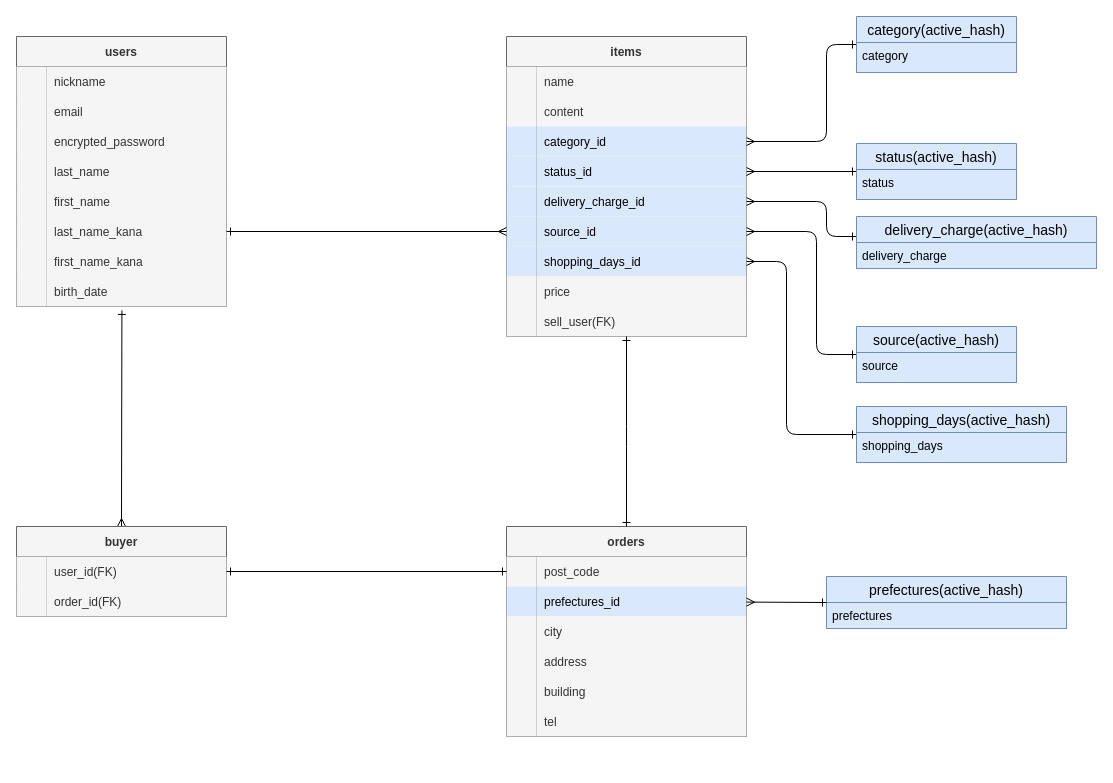
kawasaki1207/furima-37425 keeps this draw.io diagram as er.dio. Above is the earlier version. Source tidied: cells renumbered, new cells numbered last; positions are measured from the earlier drawing's top-left corner, leaving out a move shared by most shapes. Both pictures are drawn from the tidied source at 100%, with x=0, y=0 at pixel (16, 16).
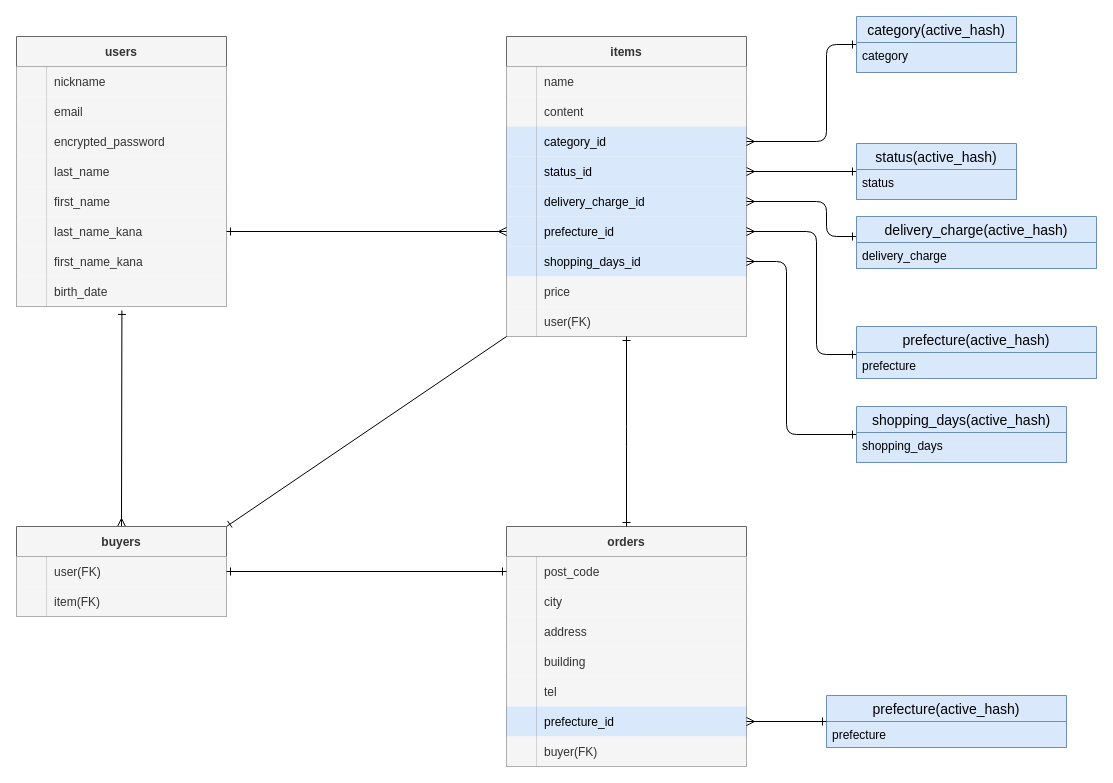
Above is the later version.

The change refers to these unchanged cells:
```xml
<mxCell id="27" value="items" style="shape=table;startSize=30;childLayout=tableLayout;rowLines=0;fontStyle=1;align=center;fillColor=#f5f5f5;fontColor=#333333;strokeColor=#666666;" parent="1" vertex="1">
  <mxGeometry x="490" y="20" width="240" height="300" as="geometry" />
</mxCell>
<mxCell id="43" style="shape=partialRectangle;fillColor=none;top=0;left=0;bottom=0;right=0;points=[[0,0.5],[1,0.5]];portConstraint=eastwest;" parent="27" vertex="1">
  <mxGeometry y="180" width="240" height="30" as="geometry" />
</mxCell>
<mxCell id="52" style="shape=partialRectangle;fillColor=none;top=0;left=0;bottom=0;right=0;" parent="27" vertex="1">
  <mxGeometry y="270" width="240" height="30" as="geometry" />
</mxCell>
<mxCell id="96" style="shape=partialRectangle;fillColor=none;top=0;left=0;bottom=0;right=0;points=[[0,0.5],[1,0.5]];portConstraint=eastwest;" parent="95" vertex="1">
  <mxGeometry y="30" width="210" height="30" as="geometry" />
</mxCell>
<mxCell id="99" style="shape=partialRectangle;fillColor=none;top=0;left=0;bottom=0;right=0;" parent="95" vertex="1">
  <mxGeometry y="60" width="210" height="30" as="geometry" />
</mxCell>
```

Diff of the diagram source:
```diff
@@
-    <mxCell id="45" value="source_id" style="shape=partialRectangle;fillColor=#dae8fc;top=0;left=0;bottom=0;right=0;align=left;spacingLeft=6;overflow=hidden;strokeColor=#6c8ebf;fontColor=#000000;" parent="43" vertex="1">
+    <mxCell id="45" value="prefecture_id" style="shape=partialRectangle;fillColor=#dae8fc;top=0;left=0;bottom=0;right=0;align=left;spacingLeft=6;overflow=hidden;strokeColor=#6c8ebf;fontColor=#000000;" parent="43" vertex="1">
       <mxGeometry x="30" width="210" height="30" as="geometry" />
     </mxCell>
@@
-    <mxCell id="54" value="sell_user(FK)" style="shape=partialRectangle;fillColor=#f5f5f5;top=0;left=0;bottom=0;right=0;align=left;spacingLeft=6;overflow=hidden;strokeColor=#666666;fontColor=#333333;" parent="52" vertex="1">
+    <mxCell id="54" value="user(FK)" style="shape=partialRectangle;fillColor=#f5f5f5;top=0;left=0;bottom=0;right=0;align=left;spacingLeft=6;overflow=hidden;strokeColor=#666666;fontColor=#333333;" parent="52" vertex="1">
       <mxGeometry x="30" width="210" height="30" as="geometry" />
     </mxCell>
     <mxCell id="55" value="orders" style="shape=table;startSize=30;childLayout=tableLayout;rowLines=0;fontStyle=1;align=center;fillColor=#f5f5f5;fontColor=#333333;strokeColor=#666666;" parent="1" vertex="1">
-      <mxGeometry x="490" y="510" width="240" height="210" as="geometry" />
+      <mxGeometry x="490" y="510" width="240" height="240" as="geometry" />
     </mxCell>
@@
-    <mxCell id="59" style="shape=partialRectangle;fillColor=none;top=0;left=0;bottom=0;right=0;points=[[0,0.5],[1,0.5]];portConstraint=eastwest;" parent="55" vertex="1">
-      <mxGeometry y="60" width="240" height="30" as="geometry" />
-    </mxCell>
-    <mxCell id="60" style="shape=partialRectangle;fillColor=#dae8fc;top=0;left=0;bottom=0;right=0;overflow=hidden;strokeColor=#6c8ebf;fontColor=#000000;" parent="59" vertex="1">
-      <mxGeometry width="30" height="30" as="geometry" />
-    </mxCell>
-    <mxCell id="61" value="prefectures_id" style="shape=partialRectangle;fillColor=#dae8fc;top=0;left=0;bottom=0;right=0;align=left;spacingLeft=6;overflow=hidden;strokeColor=#6c8ebf;fontColor=#000000;" parent="59" vertex="1">
-      <mxGeometry x="30" width="210" height="30" as="geometry" />
-    </mxCell>
     <mxCell id="62" style="shape=partialRectangle;fillColor=none;top=0;left=0;bottom=0;right=0;" parent="55" vertex="1">
-      <mxGeometry y="90" width="240" height="30" as="geometry" />
+      <mxGeometry y="60" width="240" height="30" as="geometry" />
     </mxCell>
@@
     <mxCell id="65" style="shape=partialRectangle;fillColor=none;top=0;left=0;bottom=0;right=0;" parent="55" vertex="1">
-      <mxGeometry y="120" width="240" height="30" as="geometry" />
+      <mxGeometry y="90" width="240" height="30" as="geometry" />
     </mxCell>
@@
     <mxCell id="68" style="shape=partialRectangle;fillColor=none;top=0;left=0;bottom=0;right=0;" parent="55" vertex="1">
-      <mxGeometry y="150" width="240" height="30" as="geometry" />
+      <mxGeometry y="120" width="240" height="30" as="geometry" />
     </mxCell>
@@
     <mxCell id="71" style="shape=partialRectangle;fillColor=none;top=0;left=0;bottom=0;right=0;" parent="55" vertex="1">
-      <mxGeometry y="180" width="240" height="30" as="geometry" />
+      <mxGeometry y="150" width="240" height="30" as="geometry" />
     </mxCell>
@@
+    <mxCell id="59" style="shape=partialRectangle;fillColor=none;top=0;left=0;bottom=0;right=0;points=[[0,0.5],[1,0.5]];portConstraint=eastwest;" parent="55" vertex="1">
+      <mxGeometry y="180" width="240" height="30" as="geometry" />
+    </mxCell>
+    <mxCell id="60" style="shape=partialRectangle;fillColor=#dae8fc;top=0;left=0;bottom=0;right=0;overflow=hidden;strokeColor=#6c8ebf;fontColor=#000000;" parent="59" vertex="1">
+      <mxGeometry width="30" height="30" as="geometry" />
+    </mxCell>
+    <mxCell id="61" value="prefecture_id" style="shape=partialRectangle;fillColor=#dae8fc;top=0;left=0;bottom=0;right=0;align=left;spacingLeft=6;overflow=hidden;strokeColor=#6c8ebf;fontColor=#000000;" parent="59" vertex="1">
+      <mxGeometry x="30" width="210" height="30" as="geometry" />
+    </mxCell>
+    <mxCell id="103" style="shape=partialRectangle;fillColor=none;top=0;left=0;bottom=0;right=0;" parent="55" vertex="1">
+      <mxGeometry y="210" width="240" height="30" as="geometry" />
+    </mxCell>
+    <mxCell id="104" style="shape=partialRectangle;fillColor=#f5f5f5;top=0;left=0;bottom=0;right=0;overflow=hidden;fontColor=#333333;strokeColor=#666666;" parent="103" vertex="1">
+      <mxGeometry width="30" height="30" as="geometry" />
+    </mxCell>
+    <mxCell id="105" value="buyer(FK)" style="shape=partialRectangle;fillColor=#f5f5f5;top=0;left=0;bottom=0;right=0;align=left;spacingLeft=6;overflow=hidden;fontColor=#333333;strokeColor=#666666;" parent="103" vertex="1">
+      <mxGeometry x="30" width="210" height="30" as="geometry" />
+    </mxCell>
@@
-    <mxCell id="85" style="edgeStyle=none;html=1;exitX=0;exitY=0.5;exitDx=0;exitDy=0;entryX=1;entryY=0.5;entryDx=0;entryDy=0;fontColor=#000000;startArrow=ERone;startFill=0;endArrow=ERmany;endFill=0;" parent="1" edge="1" source="86" target="43">
+    <mxCell id="85" style="edgeStyle=none;html=1;exitX=0;exitY=0.5;exitDx=0;exitDy=0;entryX=1;entryY=0.5;entryDx=0;entryDy=0;fontColor=#000000;startArrow=ERone;startFill=0;endArrow=ERmany;endFill=0;" parent="1" edge="1" target="43">
       <mxGeometry relative="1" as="geometry">
+        <mxPoint x="840" y="338" as="sourcePoint" />
         <Array as="points">
           <mxPoint x="800" y="338" />
           <mxPoint x="800" y="215" />
         </Array>
       </mxGeometry>
     </mxCell>
-    <mxCell id="86" value="source(active_hash)" style="swimlane;fontStyle=0;horizontal=1;startSize=26;align=center;fontSize=14;fillColor=#dae8fc;strokeColor=#6c8ebf;fontColor=#000000;" parent="1" vertex="1">
-      <mxGeometry x="840" y="310" width="160" height="56" as="geometry" />
-    </mxCell>
-    <mxCell id="87" value="source" style="text;strokeColor=#6c8ebf;fillColor=#dae8fc;spacingLeft=4;spacingRight=4;overflow=hidden;fontSize=12;fontColor=#000000;" parent="86" vertex="1">
-      <mxGeometry y="26" width="160" height="30" as="geometry" />
-    </mxCell>
@@
-    <mxCell id="91" value="prefectures(active_hash)" style="swimlane;fontStyle=0;horizontal=1;startSize=26;align=center;fontSize=14;fillColor=#dae8fc;strokeColor=#6c8ebf;fontColor=#000000;" parent="1" vertex="1">
-      <mxGeometry x="810" y="560" width="240" height="52" as="geometry" />
+    <mxCell id="91" value="prefecture(active_hash)" style="swimlane;fontStyle=0;horizontal=1;startSize=26;align=center;fontSize=14;fillColor=#dae8fc;strokeColor=#6c8ebf;fontColor=#000000;" parent="1" vertex="1">
+      <mxGeometry x="810" y="679" width="240" height="52" as="geometry" />
     </mxCell>
-    <mxCell id="92" value="prefectures" style="text;strokeColor=#6c8ebf;fillColor=#dae8fc;spacingLeft=4;spacingRight=4;overflow=hidden;fontSize=12;fontColor=#000000;" parent="91" vertex="1">
+    <mxCell id="92" value="prefecture" style="text;strokeColor=#6c8ebf;fillColor=#dae8fc;spacingLeft=4;spacingRight=4;overflow=hidden;fontSize=12;fontColor=#000000;" parent="91" vertex="1">
       <mxGeometry y="26" width="240" height="26" as="geometry" />
     </mxCell>
@@
+    <mxCell id="106" style="edgeStyle=none;html=1;exitX=1;exitY=0;exitDx=0;exitDy=0;entryX=0;entryY=1;entryDx=0;entryDy=0;startArrow=ERone;startFill=0;endArrow=none;endFill=0;" parent="1" edge="1" source="95" target="27">
+      <mxGeometry relative="1" as="geometry" />
+    </mxCell>
-    <mxCell id="95" value="buyer" style="shape=table;startSize=30;childLayout=tableLayout;rowLines=0;fontStyle=1;align=center;fillColor=#f5f5f5;fontColor=#333333;strokeColor=#666666;" parent="1" vertex="1">
+    <mxCell id="95" value="buyers" style="shape=table;startSize=30;childLayout=tableLayout;rowLines=0;fontStyle=1;align=center;fillColor=#f5f5f5;fontColor=#333333;strokeColor=#666666;" parent="1" vertex="1">
       <mxGeometry y="510" width="210" height="90" as="geometry" />
     </mxCell>
@@
-    <mxCell id="98" value="user_id(FK)" style="shape=partialRectangle;fillColor=#f5f5f5;top=0;left=0;bottom=0;right=0;align=left;spacingLeft=6;overflow=hidden;fontColor=#333333;strokeColor=#666666;" parent="96" vertex="1">
+    <mxCell id="98" value="user(FK)" style="shape=partialRectangle;fillColor=#f5f5f5;top=0;left=0;bottom=0;right=0;align=left;spacingLeft=6;overflow=hidden;fontColor=#333333;strokeColor=#666666;" parent="96" vertex="1">
       <mxGeometry x="30" width="180" height="30" as="geometry" />
     </mxCell>
@@
-    <mxCell id="101" value="order_id(FK)" style="shape=partialRectangle;fillColor=#f5f5f5;top=0;left=0;bottom=0;right=0;align=left;spacingLeft=6;overflow=hidden;fontColor=#333333;strokeColor=#666666;" parent="99" vertex="1">
+    <mxCell id="101" value="item(FK)" style="shape=partialRectangle;fillColor=#f5f5f5;top=0;left=0;bottom=0;right=0;align=left;spacingLeft=6;overflow=hidden;fontColor=#333333;strokeColor=#666666;" parent="99" vertex="1">
       <mxGeometry x="30" width="180" height="30" as="geometry" />
     </mxCell>
@@
+    <mxCell id="107" value="prefecture(active_hash)" style="swimlane;fontStyle=0;horizontal=1;startSize=26;align=center;fontSize=14;fillColor=#dae8fc;strokeColor=#6c8ebf;fontColor=#000000;" parent="1" vertex="1">
+      <mxGeometry x="840" y="310" width="240" height="52" as="geometry" />
+    </mxCell>
+    <mxCell id="108" value="prefecture" style="text;strokeColor=#6c8ebf;fillColor=#dae8fc;spacingLeft=4;spacingRight=4;overflow=hidden;fontSize=12;fontColor=#000000;" parent="107" vertex="1">
+      <mxGeometry y="26" width="240" height="26" as="geometry" />
+    </mxCell>
```
